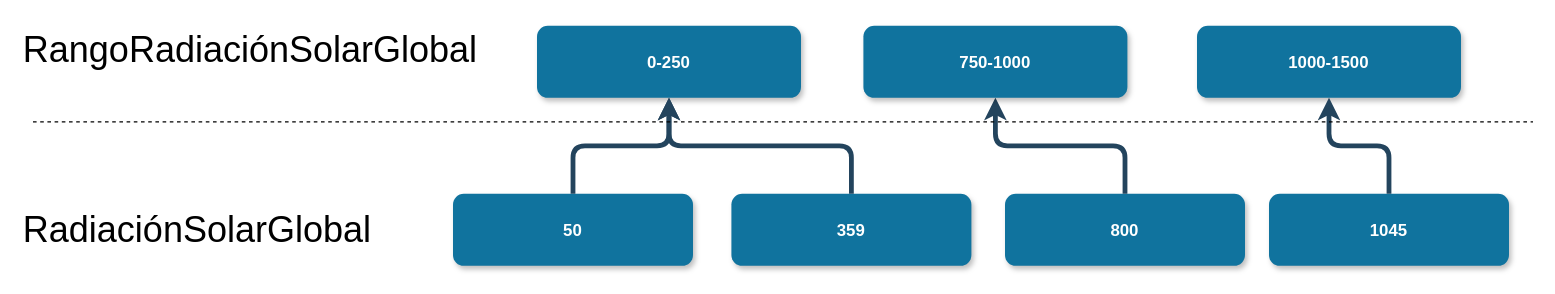
The draw.io diagram 2. Diseño conceptual/radiacionsolarglobal_example.drawio in gonzalomelov/dw-calidad-aire-docs, before the edit. Source tidied: cells renumbered, new cells numbered last; positions are measured from the earlier drawing's top-left corner, leaving out a move shared by most shapes. Both pictures are drawn from the tidied source at 120%, with x=0, y=0 at pixel (20, 25).
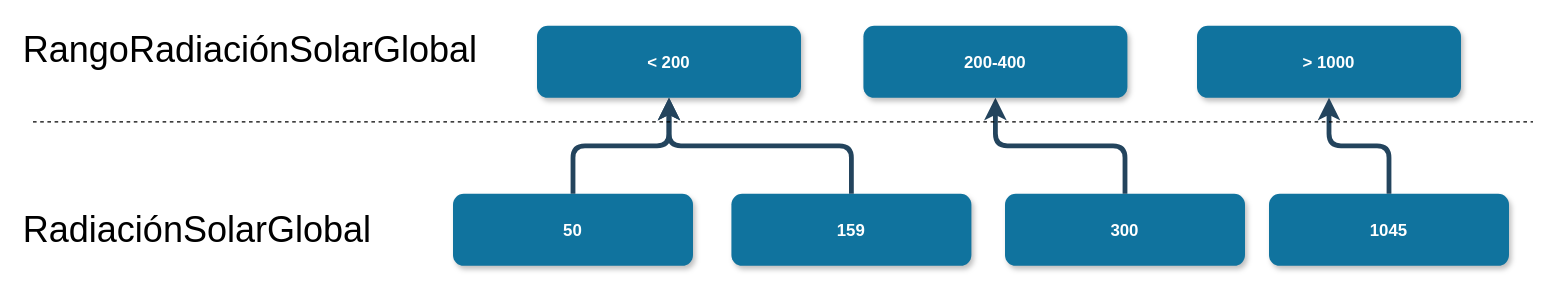
Above is the later version.

Change to the diagram source:
```diff
@@
 <mxGraphModel background="#ffffff">
   <root>
     <mxCell id="0" />
     <mxCell id="1" parent="0" />
-    <mxCell id="2" value="0-250" style="rounded=1;fillColor=#10739E;strokeColor=none;shadow=1;gradientColor=none;fontStyle=1;fontColor=#FFFFFF;fontSize=14;" parent="1" vertex="1">
+    <mxCell id="2" value="&lt; 200" style="rounded=1;fillColor=#10739E;strokeColor=none;shadow=1;gradientColor=none;fontStyle=1;fontColor=#FFFFFF;fontSize=14;" parent="1" vertex="1">
       <mxGeometry x="430" width="220" height="60" as="geometry" />
     </mxCell>
     <mxCell id="3" value="50" style="rounded=1;fillColor=#10739E;strokeColor=none;shadow=1;gradientColor=none;fontStyle=1;fontColor=#FFFFFF;fontSize=14;" parent="1" vertex="1">
       <mxGeometry x="360" y="140" width="200" height="60" as="geometry" />
     </mxCell>
-    <mxCell id="4" value="359" style="rounded=1;fillColor=#10739E;strokeColor=none;shadow=1;gradientColor=none;fontStyle=1;fontColor=#FFFFFF;fontSize=14;" parent="1" vertex="1">
+    <mxCell id="4" value="159" style="rounded=1;fillColor=#10739E;strokeColor=none;shadow=1;gradientColor=none;fontStyle=1;fontColor=#FFFFFF;fontSize=14;" parent="1" vertex="1">
       <mxGeometry x="592" y="140" width="200" height="60" as="geometry" />
     </mxCell>
-    <mxCell id="5" value="800" style="rounded=1;fillColor=#10739E;strokeColor=none;shadow=1;gradientColor=none;fontStyle=1;fontColor=#FFFFFF;fontSize=14;" parent="1" vertex="1">
+    <mxCell id="5" value="300" style="rounded=1;fillColor=#10739E;strokeColor=none;shadow=1;gradientColor=none;fontStyle=1;fontColor=#FFFFFF;fontSize=14;" parent="1" vertex="1">
       <mxGeometry x="820" y="140" width="200" height="60" as="geometry" />
     </mxCell>
     <mxCell id="6" style="edgeStyle=elbowEdgeStyle;elbow=vertical;strokeWidth=4;endArrow=none;endFill=0;fontStyle=1;strokeColor=#23445D;startArrow=classic;startFill=1;" parent="1" edge="1" source="2" target="4">
       <mxGeometry x="-8" y="360" as="geometry" />
     </mxCell>
     <mxCell id="7" style="edgeStyle=elbowEdgeStyle;elbow=vertical;strokeWidth=4;endArrow=none;endFill=0;fontStyle=1;strokeColor=#23445D;startArrow=classic;startFill=1;" parent="1" edge="1" source="2" target="3">
       <mxGeometry x="-8" y="360" as="geometry" />
     </mxCell>
     <mxCell id="8" style="edgeStyle=elbowEdgeStyle;elbow=vertical;strokeWidth=4;endArrow=none;endFill=0;fontStyle=1;strokeColor=#23445D;exitX=0.5;exitY=1;exitDx=0;exitDy=0;startArrow=classic;startFill=1;" parent="1" edge="1" source="15" target="5">
       <mxGeometry x="-8" y="360" as="geometry" />
     </mxCell>
-    <mxCell id="9" value="1000-1500" style="rounded=1;fillColor=#10739E;strokeColor=none;shadow=1;gradientColor=none;fontStyle=1;fontColor=#FFFFFF;fontSize=14;" parent="1" vertex="1">
+    <mxCell id="9" value="&gt; 1000" style="rounded=1;fillColor=#10739E;strokeColor=none;shadow=1;gradientColor=none;fontStyle=1;fontColor=#FFFFFF;fontSize=14;" parent="1" vertex="1">
       <mxGeometry x="980" width="220" height="60" as="geometry" />
     </mxCell>
     <mxCell id="10" value="1045" style="rounded=1;fillColor=#10739E;strokeColor=none;shadow=1;gradientColor=none;fontStyle=1;fontColor=#FFFFFF;fontSize=14;" parent="1" vertex="1">
       <mxGeometry x="1040" y="140" width="200" height="60" as="geometry" />
     </mxCell>
     <mxCell id="11" style="edgeStyle=elbowEdgeStyle;elbow=vertical;strokeWidth=4;endArrow=none;endFill=0;fontStyle=1;strokeColor=#23445D;startArrow=classic;startFill=1;" parent="1" edge="1" source="9" target="10">
       <mxGeometry x="722" y="360" as="geometry" />
     </mxCell>
     <mxCell id="12" style="endArrow=none;dashed=1;html=1;" parent="1" edge="1">
       <mxGeometry relative="1" as="geometry">
         <mxPoint x="10" y="80" as="sourcePoint" />
         <mxPoint x="1260" y="80" as="targetPoint" />
       </mxGeometry>
     </mxCell>
     <mxCell id="13" value="&lt;font size=&quot;1&quot;&gt;&lt;span style=&quot;font-size: 30px&quot;&gt;RangoRadiaciónSolarGlobal&lt;/span&gt;&lt;/font&gt;" style="text;html=1;align=left;verticalAlign=top;spacingTop=-4;" parent="1" vertex="1">
       <mxGeometry width="390" height="20" as="geometry" />
     </mxCell>
     <mxCell id="14" value="&lt;span style=&quot;font-size: 30px&quot;&gt;RadiaciónSolarGlobal&lt;/span&gt;" style="text;html=1;align=left;verticalAlign=top;spacingTop=-4;" parent="1" vertex="1">
       <mxGeometry y="150" width="310" height="20" as="geometry" />
     </mxCell>
-    <mxCell id="15" value="750-1000" style="rounded=1;fillColor=#10739E;strokeColor=none;shadow=1;gradientColor=none;fontStyle=1;fontColor=#FFFFFF;fontSize=14;" parent="1" vertex="1">
+    <mxCell id="15" value="200-400" style="rounded=1;fillColor=#10739E;strokeColor=none;shadow=1;gradientColor=none;fontStyle=1;fontColor=#FFFFFF;fontSize=14;" parent="1" vertex="1">
       <mxGeometry x="702" width="220" height="60" as="geometry" />
     </mxCell>
   </root>
 </mxGraphModel>
```
